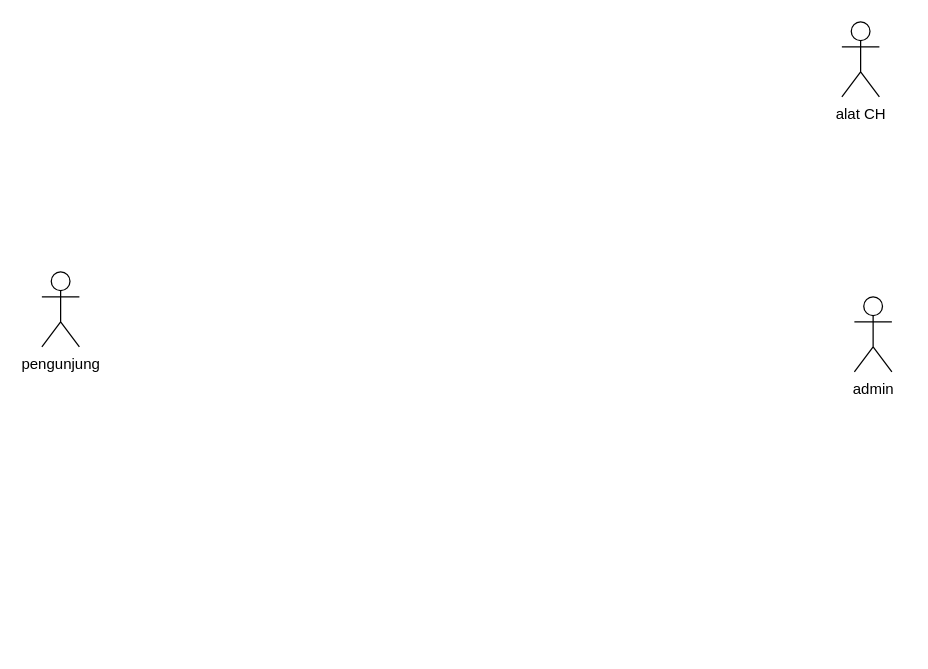
Above: Untitled Diagram.drawio in eenattayani/desain (draw.io), before the change. Source tidied: cells renumbered, new cells numbered last; positions are measured from the earlier drawing's top-left corner, leaving out a move shared by most shapes. Both pictures are drawn from the tidied source at 125%, with x=0, y=0 at pixel (41, 21).
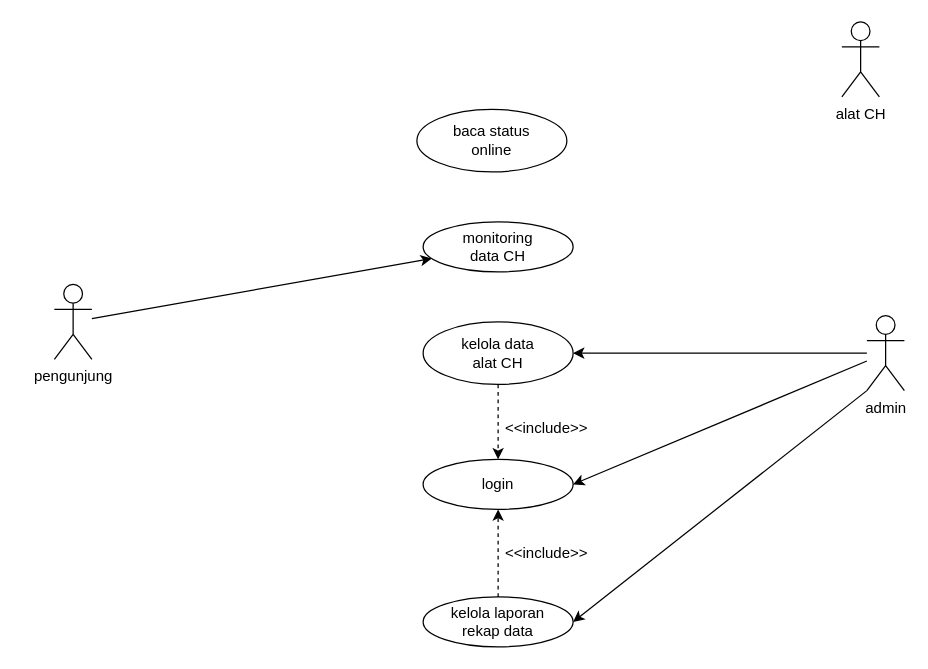
Above is the later version.

Diff of the diagram source:
```diff
@@
 <mxGraphModel>
   <root>
     <mxCell id="0" />
     <mxCell id="1" parent="0" />
     <mxCell id="2" value="pengunjung" style="shape=umlActor;verticalLabelPosition=bottom;verticalAlign=top;html=1;outlineConnect=0;" parent="1" vertex="1">
-      <mxGeometry y="200" width="30" height="60" as="geometry" />
+      <mxGeometry x="10" y="210" width="30" height="60" as="geometry" />
     </mxCell>
     <mxCell id="3" value="alat CH" style="shape=umlActor;verticalLabelPosition=bottom;verticalAlign=top;html=1;" parent="1" vertex="1">
       <mxGeometry x="640" width="30" height="60" as="geometry" />
     </mxCell>
+    <mxCell id="5" style="edgeStyle=orthogonalEdgeStyle;rounded=0;jettySize=auto;html=1;entryX=1;entryY=0.5;entryDx=0;entryDy=0;" parent="1" edge="1" source="4" target="8">
+      <mxGeometry relative="1" as="geometry" />
+    </mxCell>
     <mxCell id="4" value="admin" style="shape=umlActor;verticalLabelPosition=bottom;verticalAlign=top;html=1;outlineConnect=0;" parent="1" vertex="1">
-      <mxGeometry x="650" y="220" width="30" height="60" as="geometry" />
+      <mxGeometry x="660" y="235" width="30" height="60" as="geometry" />
     </mxCell>
+    <mxCell id="6" style="edgeStyle=orthogonalEdgeStyle;rounded=0;jettySize=auto;html=1;dashed=1;entryX=0.5;entryY=0;entryDx=0;entryDy=0;exitX=0.5;exitY=1;exitDx=0;exitDy=0;" parent="1" edge="1" source="8" target="7">
+      <mxGeometry relative="1" as="geometry" />
+    </mxCell>
+    <mxCell id="7" value="login" style="ellipse;whiteSpace=wrap;html=1;" parent="1" vertex="1">
+      <mxGeometry x="305" y="350" width="120" height="40" as="geometry" />
+    </mxCell>
+    <mxCell id="8" value="kelola data&lt;div&gt;alat CH&lt;/div&gt;" style="ellipse;whiteSpace=wrap;html=1;" parent="1" vertex="1">
+      <mxGeometry x="305" y="240" width="120" height="50" as="geometry" />
+    </mxCell>
+    <mxCell id="9" value="&amp;lt;&amp;lt;include&amp;gt;&amp;gt;" style="text;strokeColor=none;fillColor=none;align=left;verticalAlign=middle;spacingLeft=4;spacingRight=4;overflow=hidden;whiteSpace=wrap;html=1;" parent="1" vertex="1">
+      <mxGeometry x="365" y="310" width="80" height="30" as="geometry" />
+    </mxCell>
+    <mxCell id="10" style="edgeStyle=orthogonalEdgeStyle;rounded=0;jettySize=auto;html=1;entryX=0.5;entryY=1;entryDx=0;entryDy=0;dashed=1;" parent="1" edge="1" source="11" target="7">
+      <mxGeometry relative="1" as="geometry" />
+    </mxCell>
+    <mxCell id="11" value="kelola laporan&lt;div&gt;rekap data&lt;/div&gt;" style="ellipse;whiteSpace=wrap;html=1;" parent="1" vertex="1">
+      <mxGeometry x="305" y="460" width="120" height="40" as="geometry" />
+    </mxCell>
+    <mxCell id="12" value="&amp;lt;&amp;lt;include&amp;gt;&amp;gt;" style="text;strokeColor=none;fillColor=none;align=left;verticalAlign=middle;spacingLeft=4;spacingRight=4;overflow=hidden;whiteSpace=wrap;html=1;" parent="1" vertex="1">
+      <mxGeometry x="365" y="410" width="80" height="30" as="geometry" />
+    </mxCell>
+    <mxCell id="13" style="endArrow=classic;html=1;rounded=0;entryX=1;entryY=0.5;entryDx=0;entryDy=0;" parent="1" edge="1" source="4" target="7">
+      <mxGeometry relative="1" as="geometry" />
+    </mxCell>
+    <mxCell id="14" style="endArrow=classic;html=1;rounded=0;entryX=1;entryY=0.5;entryDx=0;entryDy=0;exitX=0;exitY=1;exitDx=0;exitDy=0;exitPerimeter=0;" parent="1" edge="1" source="4" target="11">
+      <mxGeometry relative="1" as="geometry" />
+    </mxCell>
+    <mxCell id="15" value="monitoring&lt;div&gt;data CH&lt;/div&gt;" style="ellipse;whiteSpace=wrap;html=1;" parent="1" vertex="1">
+      <mxGeometry x="305" y="160" width="120" height="40" as="geometry" />
+    </mxCell>
+    <mxCell id="16" style="endArrow=classic;html=1;rounded=0;" parent="1" edge="1" source="2" target="15">
+      <mxGeometry relative="1" as="geometry" />
+    </mxCell>
+    <mxCell id="17" value="baca status&lt;div&gt;online&lt;/div&gt;" style="ellipse;whiteSpace=wrap;html=1;" parent="1" vertex="1">
+      <mxGeometry x="300" y="70" width="120" height="50" as="geometry" />
+    </mxCell>
   </root>
 </mxGraphModel>
```
